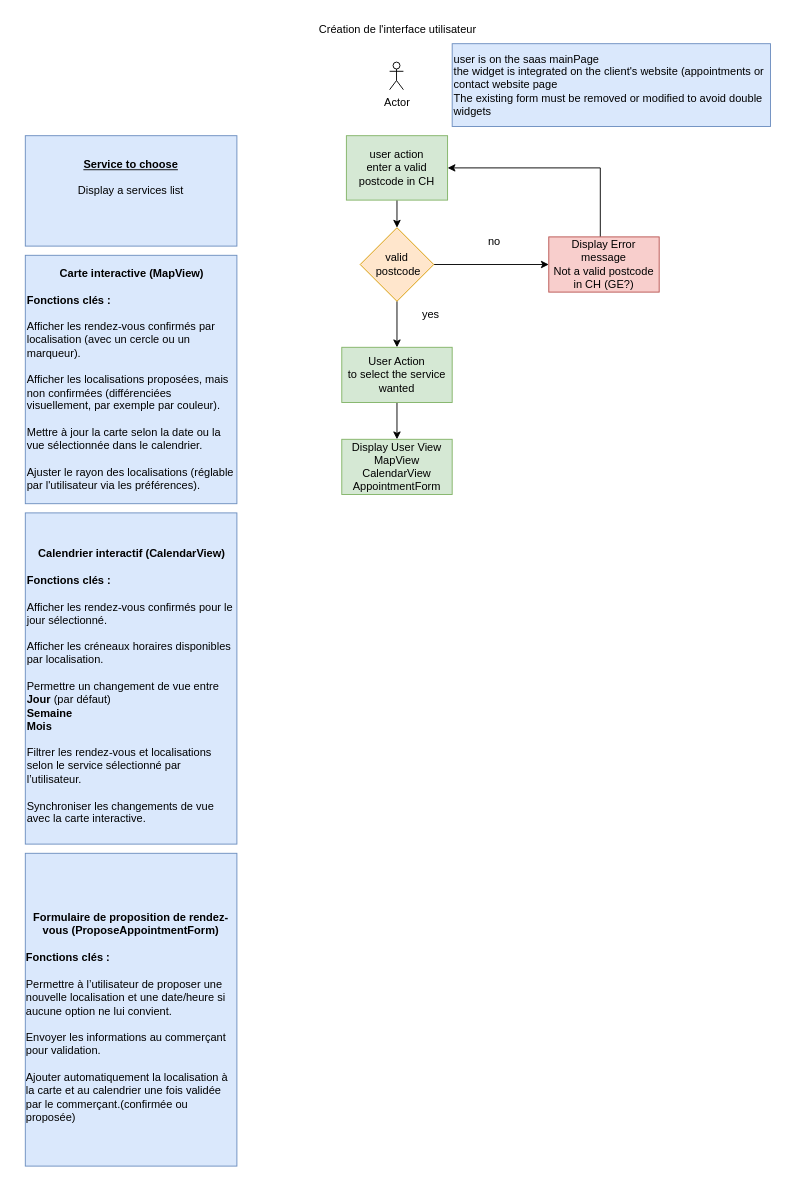
ConyxDev/Lynxa keeps this draw.io diagram as page "Page-1" (1 of 2) of sassIndependantADomicile.drawio. Above is the earlier version. Source tidied: cells renumbered, new cells numbered last; positions are measured from the earlier drawing's top-left corner, leaving out a move shared by most shapes. Both pictures are drawn from the tidied source at 92%, with x=0, y=0 at pixel (16, 16).
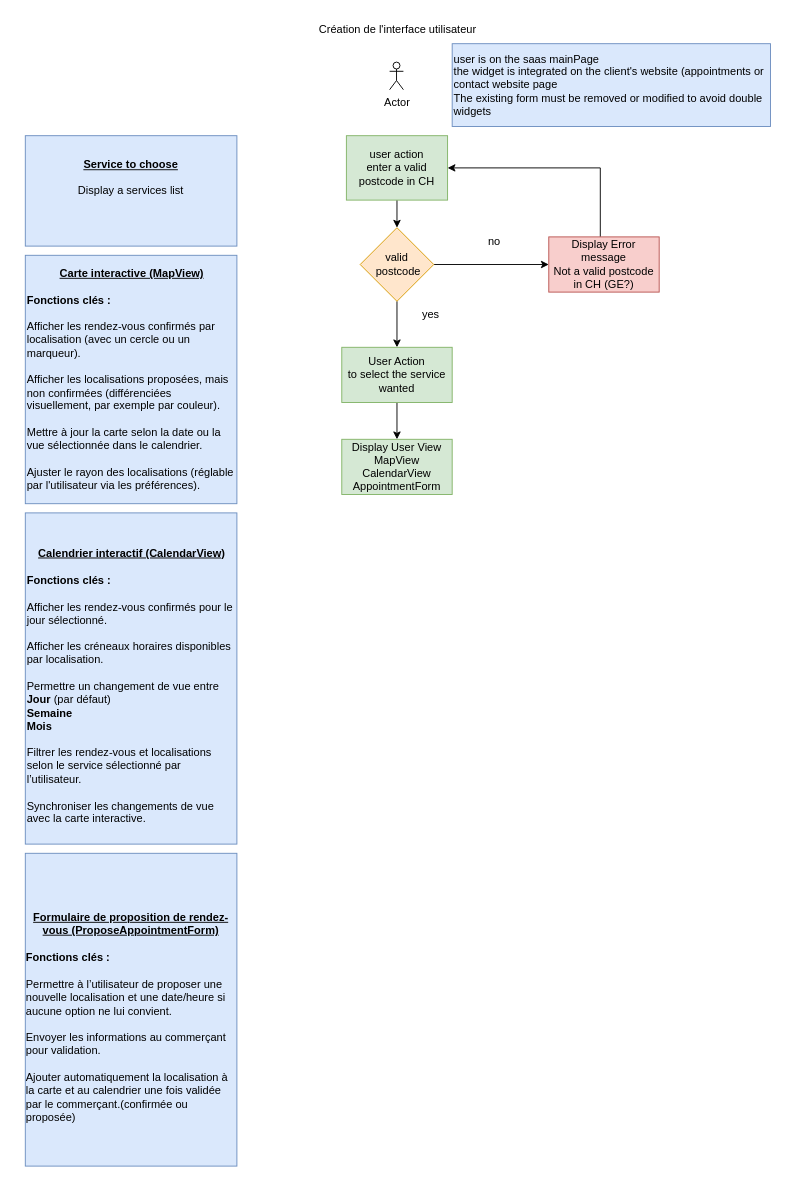
The same diagram, later.

Change to the diagram source:
```diff
@@
-    <mxCell id="15" value="&lt;br&gt;&lt;h4&gt;&lt;strong&gt;Formulaire de proposition de rendez-vous (ProposeAppointmentForm)&lt;/strong&gt;&lt;/h4&gt;&lt;strong style=&quot;background-color: initial;&quot;&gt;&lt;div style=&quot;text-align: left;&quot;&gt;&lt;strong style=&quot;background-color: initial;&quot;&gt;Fonctions clés :&lt;/strong&gt;&lt;/div&gt;&lt;div style=&quot;text-align: left;&quot;&gt;&lt;strong style=&quot;background-color: initial;&quot;&gt;&lt;br&gt;&lt;/strong&gt;&lt;/div&gt;&lt;div style=&quot;text-align: left;&quot;&gt;&lt;span style=&quot;background-color: initial; font-weight: normal;&quot;&gt;Permettre à l’utilisateur de proposer une nouvelle localisation et une date/heure si aucune option ne lui convient.&lt;/span&gt;&lt;/div&gt;&lt;div style=&quot;text-align: left;&quot;&gt;&lt;span style=&quot;background-color: initial; font-weight: normal;&quot;&gt;&lt;br&gt;&lt;/span&gt;&lt;/div&gt;&lt;/strong&gt;&lt;span style=&quot;background-color: initial;&quot;&gt;&lt;div style=&quot;text-align: left;&quot;&gt;&lt;span style=&quot;background-color: initial;&quot;&gt;Envoyer les informations au commerçant pour validation.&lt;/span&gt;&lt;/div&gt;&lt;div style=&quot;text-align: left;&quot;&gt;&lt;span style=&quot;background-color: initial;&quot;&gt;&lt;br&gt;&lt;/span&gt;&lt;/div&gt;&lt;/span&gt;&lt;span style=&quot;background-color: initial;&quot;&gt;&lt;div style=&quot;text-align: left;&quot;&gt;&lt;span style=&quot;background-color: initial;&quot;&gt;Ajouter automatiquement la localisation à la carte et au calendrier une fois validée par le commerçant.(confirmée ou proposée)&lt;/span&gt;&lt;/div&gt;&lt;/span&gt;&lt;div style=&quot;text-align: left;&quot;&gt;&lt;br&gt;&lt;/div&gt;" style="text;html=1;align=center;verticalAlign=middle;whiteSpace=wrap;rounded=0;fillColor=#dae8fc;strokeColor=#6c8ebf;" parent="1" vertex="1">
+    <mxCell id="15" value="&lt;u&gt;&lt;br&gt;&lt;/u&gt;&lt;h4&gt;&lt;strong&gt;&lt;u&gt;Formulaire de proposition de rendez-vous (ProposeAppointmentForm)&lt;/u&gt;&lt;/strong&gt;&lt;/h4&gt;&lt;strong style=&quot;background-color: initial;&quot;&gt;&lt;div style=&quot;text-align: left;&quot;&gt;&lt;strong style=&quot;background-color: initial;&quot;&gt;Fonctions clés :&lt;/strong&gt;&lt;/div&gt;&lt;div style=&quot;text-align: left;&quot;&gt;&lt;strong style=&quot;background-color: initial;&quot;&gt;&lt;br&gt;&lt;/strong&gt;&lt;/div&gt;&lt;div style=&quot;text-align: left;&quot;&gt;&lt;span style=&quot;background-color: initial; font-weight: normal;&quot;&gt;Permettre à l’utilisateur de proposer une nouvelle localisation et une date/heure si aucune option ne lui convient.&lt;/span&gt;&lt;/div&gt;&lt;div style=&quot;text-align: left;&quot;&gt;&lt;span style=&quot;background-color: initial; font-weight: normal;&quot;&gt;&lt;br&gt;&lt;/span&gt;&lt;/div&gt;&lt;/strong&gt;&lt;span style=&quot;background-color: initial;&quot;&gt;&lt;div style=&quot;text-align: left;&quot;&gt;&lt;span style=&quot;background-color: initial;&quot;&gt;Envoyer les informations au commerçant pour validation.&lt;/span&gt;&lt;/div&gt;&lt;div style=&quot;text-align: left;&quot;&gt;&lt;span style=&quot;background-color: initial;&quot;&gt;&lt;br&gt;&lt;/span&gt;&lt;/div&gt;&lt;/span&gt;&lt;span style=&quot;background-color: initial;&quot;&gt;&lt;div style=&quot;text-align: left;&quot;&gt;&lt;span style=&quot;background-color: initial;&quot;&gt;Ajouter automatiquement la localisation à la carte et au calendrier une fois validée par le commerçant.(confirmée ou proposée)&lt;/span&gt;&lt;/div&gt;&lt;/span&gt;&lt;div style=&quot;text-align: left;&quot;&gt;&lt;br&gt;&lt;/div&gt;" style="text;html=1;align=center;verticalAlign=middle;whiteSpace=wrap;rounded=0;fillColor=#dae8fc;strokeColor=#6c8ebf;" parent="1" vertex="1">
       <mxGeometry x="10" y="910" width="230" height="340" as="geometry" />
     </mxCell>
@@
-    <mxCell id="19" value="&lt;div style=&quot;text-align: center;&quot;&gt;&lt;strong style=&quot;background-color: initial;&quot;&gt;Carte interactive (MapView)&lt;/strong&gt;&lt;/div&gt;&lt;div style=&quot;text-align: center;&quot;&gt;&lt;strong style=&quot;background-color: initial;&quot;&gt;&lt;br&gt;&lt;/strong&gt;&lt;/div&gt;&lt;strong style=&quot;background-color: initial;&quot;&gt;Fonctions clés :&lt;/strong&gt;&lt;div&gt;&lt;b&gt;&lt;br&gt;&lt;/b&gt;&lt;div&gt;&lt;span style=&quot;background-color: initial;&quot;&gt;Afficher les rendez-vous confirmés par localisation (avec un cercle ou un marqueur).&lt;/span&gt;&lt;/div&gt;&lt;div&gt;&lt;br&gt;&lt;span style=&quot;background-color: initial;&quot;&gt;Afficher les localisations proposées, mais non confirmées (différenciées visuellement, par exemple par couleur).&lt;/span&gt;&lt;/div&gt;&lt;div&gt;&lt;br&gt;&lt;span style=&quot;background-color: initial;&quot;&gt;Mettre à jour la carte selon la date ou la vue sélectionnée dans le calendrier.&lt;/span&gt;&lt;/div&gt;&lt;div&gt;&lt;br&gt;&lt;span style=&quot;background-color: initial;&quot;&gt;Ajuster le rayon des localisations (réglable par l'utilisateur via les préférences).&lt;/span&gt;&lt;/div&gt;&lt;/div&gt;" style="text;html=1;align=left;verticalAlign=middle;whiteSpace=wrap;rounded=0;fillColor=#dae8fc;strokeColor=#6c8ebf;" parent="1" vertex="1">
+    <mxCell id="19" value="&lt;div style=&quot;text-align: center;&quot;&gt;&lt;strong style=&quot;background-color: initial;&quot;&gt;&lt;u&gt;Carte interactive (MapView)&lt;/u&gt;&lt;/strong&gt;&lt;/div&gt;&lt;div style=&quot;text-align: center;&quot;&gt;&lt;strong style=&quot;background-color: initial;&quot;&gt;&lt;br&gt;&lt;/strong&gt;&lt;/div&gt;&lt;strong style=&quot;background-color: initial;&quot;&gt;Fonctions clés :&lt;/strong&gt;&lt;div&gt;&lt;b&gt;&lt;br&gt;&lt;/b&gt;&lt;div&gt;&lt;span style=&quot;background-color: initial;&quot;&gt;Afficher les rendez-vous confirmés par localisation (avec un cercle ou un marqueur).&lt;/span&gt;&lt;/div&gt;&lt;div&gt;&lt;br&gt;&lt;span style=&quot;background-color: initial;&quot;&gt;Afficher les localisations proposées, mais non confirmées (différenciées visuellement, par exemple par couleur).&lt;/span&gt;&lt;/div&gt;&lt;div&gt;&lt;br&gt;&lt;span style=&quot;background-color: initial;&quot;&gt;Mettre à jour la carte selon la date ou la vue sélectionnée dans le calendrier.&lt;/span&gt;&lt;/div&gt;&lt;div&gt;&lt;br&gt;&lt;span style=&quot;background-color: initial;&quot;&gt;Ajuster le rayon des localisations (réglable par l'utilisateur via les préférences).&lt;/span&gt;&lt;/div&gt;&lt;/div&gt;" style="text;html=1;align=left;verticalAlign=middle;whiteSpace=wrap;rounded=0;fillColor=#dae8fc;strokeColor=#6c8ebf;" parent="1" vertex="1">
       <mxGeometry x="10" y="260" width="230" height="270" as="geometry" />
     </mxCell>
-    <mxCell id="20" value="&lt;div style=&quot;&quot;&gt;&lt;h4 style=&quot;text-align: center;&quot;&gt;&lt;strong&gt;Calendrier interactif (CalendarView)&lt;/strong&gt;&lt;/h4&gt;&lt;strong style=&quot;background-color: initial;&quot;&gt;Fonctions clés :&lt;/strong&gt;&lt;/div&gt;&lt;div style=&quot;&quot;&gt;&lt;strong style=&quot;background-color: initial;&quot;&gt;&lt;br&gt;&lt;/strong&gt;&lt;/div&gt;&lt;div style=&quot;&quot;&gt;&lt;span style=&quot;background-color: initial;&quot;&gt;Afficher les rendez-vous confirmés pour le jour sélectionné.&lt;/span&gt;&lt;/div&gt;&lt;div style=&quot;&quot;&gt;&lt;br&gt;&lt;span style=&quot;background-color: initial;&quot;&gt;Afficher les créneaux horaires disponibles par localisation.&lt;/span&gt;&lt;/div&gt;&lt;div style=&quot;&quot;&gt;&lt;br&gt;&lt;span style=&quot;background-color: initial;&quot;&gt;Permettre un changement de vue entre &lt;/span&gt;&lt;strong style=&quot;background-color: initial;&quot;&gt;Jour&lt;/strong&gt;&lt;span style=&quot;background-color: initial;&quot;&gt; (par défaut)&lt;/span&gt;&lt;br&gt;&lt;strong style=&quot;background-color: initial;&quot;&gt;Semaine&lt;/strong&gt;&lt;br&gt;&lt;strong style=&quot;background-color: initial;&quot;&gt;Mois&lt;/strong&gt;&lt;/div&gt;&lt;div style=&quot;&quot;&gt;&lt;b&gt;&lt;br&gt;&lt;/b&gt;&lt;span style=&quot;background-color: initial;&quot;&gt;Filtrer les rendez-vous et localisations selon le service sélectionné par l’utilisateur.&lt;/span&gt;&lt;/div&gt;&lt;div style=&quot;&quot;&gt;&lt;br&gt;&lt;span style=&quot;background-color: initial;&quot;&gt;Synchroniser les changements de vue avec la carte interactive.&lt;/span&gt;&lt;/div&gt;" style="text;html=1;align=left;verticalAlign=middle;whiteSpace=wrap;rounded=0;fillColor=#dae8fc;strokeColor=#6c8ebf;" parent="1" vertex="1">
+    <mxCell id="20" value="&lt;div style=&quot;&quot;&gt;&lt;h4 style=&quot;text-align: center;&quot;&gt;&lt;strong&gt;&lt;u&gt;Calendrier interactif (CalendarView)&lt;/u&gt;&lt;/strong&gt;&lt;/h4&gt;&lt;strong style=&quot;background-color: initial;&quot;&gt;Fonctions clés :&lt;/strong&gt;&lt;/div&gt;&lt;div style=&quot;&quot;&gt;&lt;strong style=&quot;background-color: initial;&quot;&gt;&lt;br&gt;&lt;/strong&gt;&lt;/div&gt;&lt;div style=&quot;&quot;&gt;&lt;span style=&quot;background-color: initial;&quot;&gt;Afficher les rendez-vous confirmés pour le jour sélectionné.&lt;/span&gt;&lt;/div&gt;&lt;div style=&quot;&quot;&gt;&lt;br&gt;&lt;span style=&quot;background-color: initial;&quot;&gt;Afficher les créneaux horaires disponibles par localisation.&lt;/span&gt;&lt;/div&gt;&lt;div style=&quot;&quot;&gt;&lt;br&gt;&lt;span style=&quot;background-color: initial;&quot;&gt;Permettre un changement de vue entre &lt;/span&gt;&lt;strong style=&quot;background-color: initial;&quot;&gt;Jour&lt;/strong&gt;&lt;span style=&quot;background-color: initial;&quot;&gt; (par défaut)&lt;/span&gt;&lt;br&gt;&lt;strong style=&quot;background-color: initial;&quot;&gt;Semaine&lt;/strong&gt;&lt;br&gt;&lt;strong style=&quot;background-color: initial;&quot;&gt;Mois&lt;/strong&gt;&lt;/div&gt;&lt;div style=&quot;&quot;&gt;&lt;b&gt;&lt;br&gt;&lt;/b&gt;&lt;span style=&quot;background-color: initial;&quot;&gt;Filtrer les rendez-vous et localisations selon le service sélectionné par l’utilisateur.&lt;/span&gt;&lt;/div&gt;&lt;div style=&quot;&quot;&gt;&lt;br&gt;&lt;span style=&quot;background-color: initial;&quot;&gt;Synchroniser les changements de vue avec la carte interactive.&lt;/span&gt;&lt;/div&gt;" style="text;html=1;align=left;verticalAlign=middle;whiteSpace=wrap;rounded=0;fillColor=#dae8fc;strokeColor=#6c8ebf;" parent="1" vertex="1">
       <mxGeometry x="10" y="540" width="230" height="360" as="geometry" />
     </mxCell>
```
